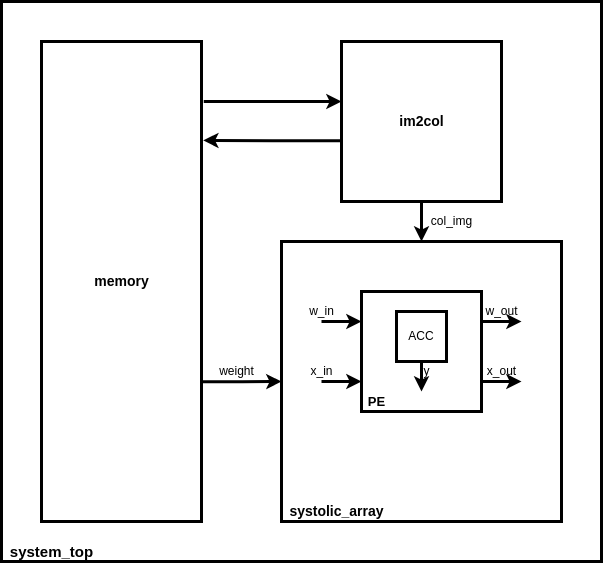
Before: projects/lab2/img/system.png, a diagram exported from draw.io (ColsonZhang/EE219-ICS). Source tidied: cells renumbered, new cells last; positions are measured from the earlier drawing's top-left corner, leaving out a move shared by most shapes.
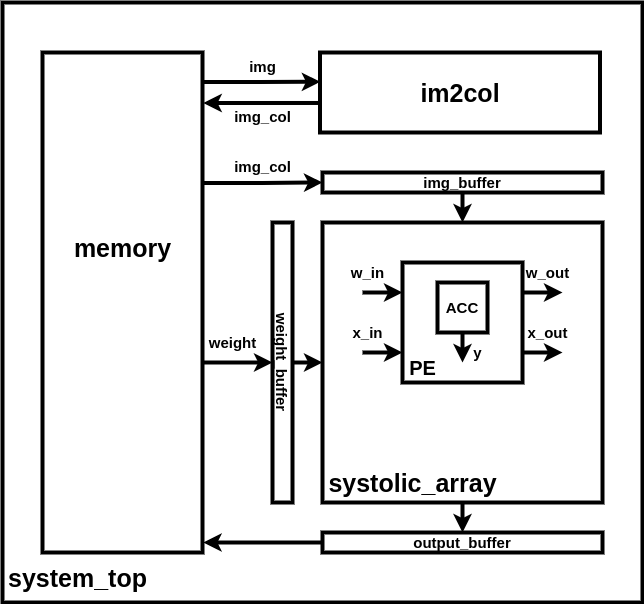
The same diagram one commit later.

Commit message:
Update system diagram

Change to the diagram source:
```diff
@@ -2,102 +2,125 @@
   <root>
     <mxCell id="0" />
     <mxCell id="1" parent="0" />
-    <mxCell id="2" style="rounded=0;whiteSpace=wrap;html=1;fontSize=13;strokeWidth=3;" parent="1" vertex="1">
-      <mxGeometry width="600" height="560" as="geometry" />
+    <mxCell id="2" style="rounded=0;whiteSpace=wrap;html=1;fontSize=15;strokeWidth=4;fontStyle=1;" parent="1" vertex="1">
+      <mxGeometry y="70" width="640" height="600" as="geometry" />
     </mxCell>
+    <mxCell id="31" style="edgeStyle=orthogonalEdgeStyle;rounded=0;jettySize=auto;html=1;exitX=0.5;exitY=1;exitDx=0;exitDy=0;entryX=0.5;entryY=0;entryDx=0;entryDy=0;fontSize=20;strokeWidth=4;" parent="1" edge="1" source="3" target="40">
+      <mxGeometry relative="1" as="geometry" />
+    </mxCell>
-    <mxCell id="3" style="whiteSpace=wrap;html=1;strokeWidth=3;" parent="1" vertex="1">
-      <mxGeometry x="280" y="240" width="280" height="280" as="geometry" />
+    <mxCell id="3" style="whiteSpace=wrap;html=1;strokeWidth=4;fontSize=15;fontStyle=1;" parent="1" vertex="1">
+      <mxGeometry x="320" y="290" width="280" height="280" as="geometry" />
     </mxCell>
-    <mxCell id="4" style="edgeStyle=orthogonalEdgeStyle;rounded=0;jumpSize=6;jettySize=auto;html=1;entryX=1.011;entryY=0.206;entryDx=0;entryDy=0;entryPerimeter=0;startSize=6;strokeWidth=3;exitX=-0.004;exitY=0.62;exitDx=0;exitDy=0;exitPerimeter=0;" parent="1" edge="1" source="6" target="9">
-      <mxGeometry relative="1" as="geometry" />
-    </mxCell>
-    <mxCell id="5" style="edgeStyle=orthogonalEdgeStyle;rounded=0;jumpSize=6;jettySize=auto;html=1;entryX=0.5;entryY=0;entryDx=0;entryDy=0;startSize=6;strokeWidth=3;" parent="1" edge="1" source="6" target="3">
-      <mxGeometry relative="1" as="geometry" />
-    </mxCell>
-    <mxCell id="6" style="whiteSpace=wrap;html=1;strokeWidth=3;" parent="1" vertex="1">
-      <mxGeometry x="340" y="40" width="160" height="160" as="geometry" />
-    </mxCell>
-    <mxCell id="7" style="edgeStyle=orthogonalEdgeStyle;rounded=0;jumpSize=6;jettySize=auto;html=1;exitX=1.014;exitY=0.125;exitDx=0;exitDy=0;entryX=0;entryY=0.375;entryDx=0;entryDy=0;entryPerimeter=0;startSize=6;strokeWidth=3;exitPerimeter=0;" parent="1" edge="1" source="9" target="6">
-      <mxGeometry relative="1" as="geometry" />
-    </mxCell>
-    <mxCell id="8" style="edgeStyle=orthogonalEdgeStyle;rounded=0;jumpSize=6;jettySize=auto;html=1;exitX=1.008;exitY=0.709;exitDx=0;exitDy=0;entryX=0;entryY=0.5;entryDx=0;entryDy=0;startSize=6;strokeWidth=3;exitPerimeter=0;" parent="1" edge="1" source="9" target="3">
-      <mxGeometry relative="1" as="geometry" />
-    </mxCell>
+    <mxCell id="32" style="edgeStyle=orthogonalEdgeStyle;rounded=0;jettySize=auto;html=1;exitX=1.001;exitY=0.62;exitDx=0;exitDy=0;entryX=0.5;entryY=1;entryDx=0;entryDy=0;exitPerimeter=0;strokeWidth=4;fontSize=15;fontStyle=1;" parent="1" edge="1" source="9" target="38">
+      <mxGeometry relative="1" as="geometry" />
+    </mxCell>
+    <mxCell id="33" style="edgeStyle=orthogonalEdgeStyle;rounded=0;jettySize=auto;html=1;exitX=1.005;exitY=0.059;exitDx=0;exitDy=0;entryX=0.001;entryY=0.366;entryDx=0;entryDy=0;fontSize=25;strokeWidth=4;exitPerimeter=0;entryPerimeter=0;" parent="1" edge="1" source="9" target="11">
+      <mxGeometry relative="1" as="geometry" />
+    </mxCell>
+    <mxCell id="34" style="edgeStyle=orthogonalEdgeStyle;rounded=0;jettySize=auto;html=1;exitX=1.001;exitY=0.261;exitDx=0;exitDy=0;entryX=0;entryY=0.5;entryDx=0;entryDy=0;fontSize=25;strokeWidth=4;exitPerimeter=0;" parent="1" edge="1" source="9" target="36">
+      <mxGeometry relative="1" as="geometry" />
+    </mxCell>
-    <mxCell id="9" style="rounded=0;whiteSpace=wrap;html=1;strokeWidth=3;" parent="1" vertex="1">
-      <mxGeometry x="40" y="40" width="160" height="480" as="geometry" />
+    <mxCell id="9" style="rounded=0;whiteSpace=wrap;html=1;strokeWidth=4;fontSize=15;fontStyle=1;" parent="1" vertex="1">
+      <mxGeometry x="40" y="120" width="160" height="500" as="geometry" />
     </mxCell>
-    <mxCell id="10" value="&lt;b&gt;&lt;font style=&quot;font-size: 14px&quot;&gt;systolic_array&lt;/font&gt;&lt;/b&gt;" style="text;html=1;align=center;verticalAlign=middle;strokeColor=none;fillColor=none;strokeWidth=3;" parent="1" vertex="1">
-      <mxGeometry x="280" y="500" width="110" height="20" as="geometry" />
+    <mxCell id="10" value="&lt;span style=&quot;font-size: 25px;&quot;&gt;&lt;font style=&quot;font-size: 25px;&quot;&gt;systolic_array&lt;/font&gt;&lt;/span&gt;" style="text;html=1;align=center;verticalAlign=middle;strokeColor=none;fillColor=none;strokeWidth=4;fontSize=25;fontStyle=1;" parent="1" vertex="1">
+      <mxGeometry x="320" y="530" width="180" height="40" as="geometry" />
     </mxCell>
-    <mxCell id="11" value="&lt;b&gt;&lt;font style=&quot;font-size: 14px&quot;&gt;im2col&lt;/font&gt;&lt;/b&gt;" style="text;html=1;align=center;verticalAlign=middle;points=[];strokeColor=none;fillColor=none;strokeWidth=3;" parent="1" vertex="1">
-      <mxGeometry x="390" y="110" width="60" height="20" as="geometry" />
-    </mxCell>
-    <mxCell id="12" value="&lt;b&gt;&lt;font style=&quot;font-size: 14px&quot;&gt;memory&lt;/font&gt;&lt;/b&gt;" style="text;html=1;align=center;verticalAlign=middle;strokeColor=none;fillColor=none;strokeWidth=3;" parent="1" vertex="1">
-      <mxGeometry x="85" y="270" width="70" height="20" as="geometry" />
+    <mxCell id="12" value="&lt;font style=&quot;font-size: 25px&quot;&gt;memory&lt;/font&gt;" style="text;html=1;align=center;verticalAlign=middle;strokeColor=none;fillColor=none;strokeWidth=4;fontSize=20;fontStyle=1;" parent="1" vertex="1">
+      <mxGeometry x="65" y="300" width="110" height="30" as="geometry" />
     </mxCell>
-    <mxCell id="13" style="group;strokeWidth=3;" parent="1" vertex="1">
-      <mxGeometry x="300" y="290" width="225" height="120" as="geometry" />
+    <mxCell id="13" style="group;strokeWidth=4;fontSize=20;fontStyle=1;" parent="1" vertex="1">
+      <mxGeometry x="340" y="330" width="235" height="125" as="geometry" />
     </mxCell>
-    <mxCell id="14" value="w_in" style="text;html=1;align=center;verticalAlign=middle;strokeColor=none;fillColor=none;strokeWidth=3;" parent="13" vertex="1">
-      <mxGeometry y="10" width="40" height="20" as="geometry" />
+    <mxCell id="14" value="w_in" style="text;html=1;align=center;verticalAlign=middle;strokeColor=none;fillColor=none;strokeWidth=4;fontSize=15;fontStyle=1;" parent="13" vertex="1">
+      <mxGeometry width="50" height="20" as="geometry" />
     </mxCell>
-    <mxCell id="15" value="x_in" style="text;html=1;align=center;verticalAlign=middle;strokeColor=none;fillColor=none;strokeWidth=3;" parent="13" vertex="1">
-      <mxGeometry y="70" width="40" height="20" as="geometry" />
+    <mxCell id="15" value="x_in" style="text;html=1;align=center;verticalAlign=middle;strokeColor=none;fillColor=none;strokeWidth=4;fontSize=15;fontStyle=1;" parent="13" vertex="1">
+      <mxGeometry y="60" width="50" height="20" as="geometry" />
     </mxCell>
-    <mxCell id="16" style="group;strokeWidth=3;" parent="13" vertex="1">
-      <mxGeometry x="20" width="205" height="120" as="geometry" />
-    </mxCell>
-    <mxCell id="17" style="whiteSpace=wrap;html=1;strokeWidth=3;" parent="16" vertex="1">
-      <mxGeometry x="40" width="120" height="120" as="geometry" />
+    <mxCell id="17" style="whiteSpace=wrap;html=1;strokeWidth=4;fontSize=15;fontStyle=1;" parent="13" vertex="1">
+      <mxGeometry x="60" width="120" height="120" as="geometry" />
     </mxCell>
-    <mxCell id="18" value="&lt;b&gt;&lt;font style=&quot;font-size: 13px&quot;&gt;PE&lt;/font&gt;&lt;/b&gt;" style="text;html=1;align=center;verticalAlign=middle;strokeColor=none;fillColor=none;strokeWidth=3;" parent="16" vertex="1">
-      <mxGeometry x="40" y="100" width="30" height="20" as="geometry" />
+    <mxCell id="18" value="&lt;span style=&quot;font-size: 20px;&quot;&gt;&lt;font style=&quot;font-size: 20px;&quot;&gt;PE&lt;/font&gt;&lt;/span&gt;" style="text;html=1;align=center;verticalAlign=middle;strokeColor=none;fillColor=none;strokeWidth=4;fontSize=20;fontStyle=1;" parent="13" vertex="1">
+      <mxGeometry x="60" y="90" width="40" height="30" as="geometry" />
     </mxCell>
-    <mxCell id="19" style="endArrow=classic;html=1;rounded=0;startSize=6;strokeWidth=3;jumpSize=6;entryX=0;entryY=0.25;entryDx=0;entryDy=0;" parent="16" edge="1" target="17">
+    <mxCell id="19" style="endArrow=classic;html=1;rounded=0;startSize=6;strokeWidth=4;jumpSize=6;entryX=0;entryY=0.25;entryDx=0;entryDy=0;fontSize=15;fontStyle=1;" parent="13" edge="1" target="17">
       <mxGeometry relative="1" as="geometry">
-        <mxPoint y="30" as="sourcePoint" />
+        <mxPoint x="20" y="30" as="sourcePoint" />
       </mxGeometry>
     </mxCell>
-    <mxCell id="20" style="endArrow=classic;html=1;rounded=0;startSize=6;strokeWidth=3;jumpSize=6;entryX=0;entryY=0.75;entryDx=0;entryDy=0;" parent="16" edge="1" target="17">
+    <mxCell id="20" style="endArrow=classic;html=1;rounded=0;startSize=6;strokeWidth=4;jumpSize=6;entryX=0;entryY=0.75;entryDx=0;entryDy=0;fontSize=15;fontStyle=1;" parent="13" edge="1" target="17">
       <mxGeometry relative="1" as="geometry">
-        <mxPoint y="90" as="sourcePoint" />
+        <mxPoint x="20" y="90" as="sourcePoint" />
       </mxGeometry>
     </mxCell>
-    <mxCell id="21" style="endArrow=classic;html=1;rounded=0;startSize=6;strokeWidth=3;jumpSize=6;exitX=1;exitY=0.25;exitDx=0;exitDy=0;" parent="16" edge="1" source="17">
+    <mxCell id="21" style="endArrow=classic;html=1;rounded=0;startSize=6;strokeWidth=4;jumpSize=6;exitX=1;exitY=0.25;exitDx=0;exitDy=0;fontSize=15;fontStyle=1;" parent="13" edge="1" source="17">
       <mxGeometry relative="1" as="geometry">
-        <mxPoint x="200" y="30" as="targetPoint" />
+        <mxPoint x="220" y="30" as="targetPoint" />
       </mxGeometry>
     </mxCell>
-    <mxCell id="22" style="endArrow=classic;html=1;rounded=0;startSize=6;strokeWidth=3;jumpSize=6;exitX=1;exitY=0.75;exitDx=0;exitDy=0;" parent="16" edge="1" source="17">
+    <mxCell id="22" style="endArrow=classic;html=1;rounded=0;startSize=6;strokeWidth=4;jumpSize=6;exitX=1;exitY=0.75;exitDx=0;exitDy=0;fontSize=15;fontStyle=1;" parent="13" edge="1" source="17">
       <mxGeometry relative="1" as="geometry">
-        <mxPoint x="200" y="90" as="targetPoint" />
+        <mxPoint x="220" y="90" as="targetPoint" />
       </mxGeometry>
     </mxCell>
-    <mxCell id="23" value="w_out" style="text;html=1;align=center;verticalAlign=middle;strokeColor=none;fillColor=none;strokeWidth=3;" parent="16" vertex="1">
-      <mxGeometry x="155" y="10" width="50" height="20" as="geometry" />
+    <mxCell id="23" value="w_out" style="text;html=1;align=center;verticalAlign=middle;strokeColor=none;fillColor=none;strokeWidth=4;fontSize=15;fontStyle=1;" parent="13" vertex="1">
+      <mxGeometry x="175" width="60" height="20" as="geometry" />
     </mxCell>
-    <mxCell id="24" value="x_out" style="text;html=1;align=center;verticalAlign=middle;strokeColor=none;fillColor=none;strokeWidth=3;" parent="16" vertex="1">
-      <mxGeometry x="155" y="70" width="50" height="20" as="geometry" />
+    <mxCell id="24" value="x_out" style="text;html=1;align=center;verticalAlign=middle;strokeColor=none;fillColor=none;strokeWidth=4;fontSize=15;fontStyle=1;" parent="13" vertex="1">
+      <mxGeometry x="175" y="60" width="60" height="20" as="geometry" />
     </mxCell>
-    <mxCell id="25" value="ACC" style="whiteSpace=wrap;html=1;strokeWidth=3;" parent="16" vertex="1">
-      <mxGeometry x="75" y="20" width="50" height="50" as="geometry" />
+    <mxCell id="25" value="ACC" style="whiteSpace=wrap;html=1;strokeWidth=4;fontSize=15;fontStyle=1;" parent="13" vertex="1">
+      <mxGeometry x="95" y="20" width="50" height="50" as="geometry" />
     </mxCell>
-    <mxCell id="26" style="endArrow=classic;html=1;rounded=0;startSize=6;strokeWidth=3;jumpSize=6;exitX=0.5;exitY=1;exitDx=0;exitDy=0;" parent="16" edge="1" source="25">
+    <mxCell id="26" style="endArrow=classic;html=1;rounded=0;startSize=6;strokeWidth=4;jumpSize=6;exitX=0.5;exitY=1;exitDx=0;exitDy=0;fontSize=15;fontStyle=1;" parent="13" edge="1" source="25">
       <mxGeometry relative="1" as="geometry">
-        <mxPoint x="100" y="100" as="targetPoint" />
+        <mxPoint x="120" y="100" as="targetPoint" />
       </mxGeometry>
     </mxCell>
-    <mxCell id="27" value="y" style="text;html=1;align=center;verticalAlign=middle;strokeColor=none;fillColor=none;strokeWidth=3;" parent="16" vertex="1">
-      <mxGeometry x="95" y="70" width="20" height="20" as="geometry" />
+    <mxCell id="27" value="y" style="text;html=1;align=center;verticalAlign=middle;strokeColor=none;fillColor=none;strokeWidth=4;fontSize=15;fontStyle=1;" parent="13" vertex="1">
+      <mxGeometry x="125" y="80" width="20" height="20" as="geometry" />
     </mxCell>
-    <mxCell id="28" value="weight" style="text;html=1;align=center;verticalAlign=middle;strokeColor=none;fillColor=none;strokeWidth=3;" parent="1" vertex="1">
-      <mxGeometry x="210" y="360" width="50" height="20" as="geometry" />
+    <mxCell id="28" value="weight" style="text;html=1;align=center;verticalAlign=middle;strokeColor=none;fillColor=none;strokeWidth=4;fontSize=15;fontStyle=1;" parent="1" vertex="1">
+      <mxGeometry x="200" y="400" width="60" height="20" as="geometry" />
     </mxCell>
-    <mxCell id="29" value="col_img" style="text;html=1;align=center;verticalAlign=middle;strokeColor=none;fillColor=none;strokeWidth=3;" parent="1" vertex="1">
-      <mxGeometry x="420" y="210" width="60" height="20" as="geometry" />
-    </mxCell>
-    <mxCell id="30" value="&lt;b&gt;&lt;font style=&quot;font-size: 15px&quot;&gt;system_top&lt;/font&gt;&lt;/b&gt;" style="text;html=1;align=center;verticalAlign=middle;strokeColor=none;fillColor=none;fontSize=13;strokeWidth=3;" parent="1" vertex="1">
-      <mxGeometry y="540" width="100" height="20" as="geometry" />
+    <mxCell id="30" value="&lt;font style=&quot;font-size: 25px&quot;&gt;system_top&lt;/font&gt;" style="text;html=1;align=center;verticalAlign=middle;strokeColor=none;fillColor=none;fontSize=20;strokeWidth=4;fontStyle=1;" parent="1" vertex="1">
+      <mxGeometry y="630" width="150" height="30" as="geometry" />
     </mxCell>
+    <mxCell id="35" style="edgeStyle=orthogonalEdgeStyle;rounded=0;jettySize=auto;html=1;exitX=0.5;exitY=1;exitDx=0;exitDy=0;strokeWidth=4;fontSize=15;fontStyle=1;" parent="1" edge="1" source="36">
+      <mxGeometry relative="1" as="geometry">
+        <mxPoint x="460" y="290" as="targetPoint" />
+      </mxGeometry>
+    </mxCell>
+    <mxCell id="36" value="img_buffer" style="rounded=0;whiteSpace=wrap;html=1;strokeWidth=4;fontSize=15;fontStyle=1;" parent="1" vertex="1">
+      <mxGeometry x="320" y="240" width="280" height="20" as="geometry" />
+    </mxCell>
+    <mxCell id="37" style="edgeStyle=orthogonalEdgeStyle;rounded=0;jettySize=auto;html=1;exitX=0.5;exitY=0;exitDx=0;exitDy=0;entryX=0;entryY=0.5;entryDx=0;entryDy=0;strokeWidth=4;fontSize=15;fontStyle=1;" parent="1" edge="1" source="38" target="3">
+      <mxGeometry relative="1" as="geometry" />
+    </mxCell>
+    <mxCell id="38" value="weight_buffer" style="rounded=0;whiteSpace=wrap;html=1;rotation=90;strokeWidth=4;fontSize=15;fontStyle=1;" parent="1" vertex="1">
+      <mxGeometry x="140" y="420" width="280" height="20" as="geometry" />
+    </mxCell>
+    <mxCell id="39" style="edgeStyle=orthogonalEdgeStyle;rounded=0;jettySize=auto;html=1;exitX=0;exitY=0.5;exitDx=0;exitDy=0;entryX=1.004;entryY=0.98;entryDx=0;entryDy=0;entryPerimeter=0;fontSize=20;strokeWidth=4;" parent="1" edge="1" source="40" target="9">
+      <mxGeometry relative="1" as="geometry" />
+    </mxCell>
+    <mxCell id="40" value="output_buffer" style="rounded=0;whiteSpace=wrap;html=1;strokeWidth=4;fontSize=15;fontStyle=1;" parent="1" vertex="1">
+      <mxGeometry x="320" y="600" width="280" height="20" as="geometry" />
+    </mxCell>
+    <mxCell id="41" style="edgeStyle=orthogonalEdgeStyle;rounded=0;jettySize=auto;html=1;exitX=0;exitY=0.631;exitDx=0;exitDy=0;entryX=1.005;entryY=0.101;entryDx=0;entryDy=0;entryPerimeter=0;fontSize=25;strokeWidth=4;exitPerimeter=0;" parent="1" edge="1" source="11" target="9">
+      <mxGeometry relative="1" as="geometry" />
+    </mxCell>
+    <mxCell id="11" value="&lt;b&gt;im2col&lt;/b&gt;" style="rounded=0;whiteSpace=wrap;html=1;fontSize=25;strokeWidth=4;" parent="1" vertex="1">
+      <mxGeometry x="317.5" y="120" width="280" height="80" as="geometry" />
+    </mxCell>
+    <mxCell id="42" value="&lt;font style=&quot;font-size: 15px&quot;&gt;&lt;b&gt;img&lt;/b&gt;&lt;/font&gt;" style="text;html=1;align=center;verticalAlign=middle;strokeColor=none;fillColor=none;fontSize=25;" parent="1" vertex="1">
+      <mxGeometry x="240" y="110" width="40" height="40" as="geometry" />
+    </mxCell>
+    <mxCell id="43" value="&lt;font style=&quot;font-size: 15px&quot;&gt;&lt;b&gt;img_col&lt;/b&gt;&lt;/font&gt;" style="text;html=1;align=center;verticalAlign=middle;strokeColor=none;fillColor=none;fontSize=25;" parent="1" vertex="1">
+      <mxGeometry x="225" y="160" width="70" height="40" as="geometry" />
+    </mxCell>
+    <mxCell id="44" value="&lt;font style=&quot;font-size: 15px&quot;&gt;&lt;b&gt;img_col&lt;/b&gt;&lt;/font&gt;" style="text;html=1;align=center;verticalAlign=middle;strokeColor=none;fillColor=none;fontSize=25;" parent="1" vertex="1">
+      <mxGeometry x="225" y="210" width="70" height="40" as="geometry" />
+    </mxCell>
   </root>
 </mxGraphModel>
```
